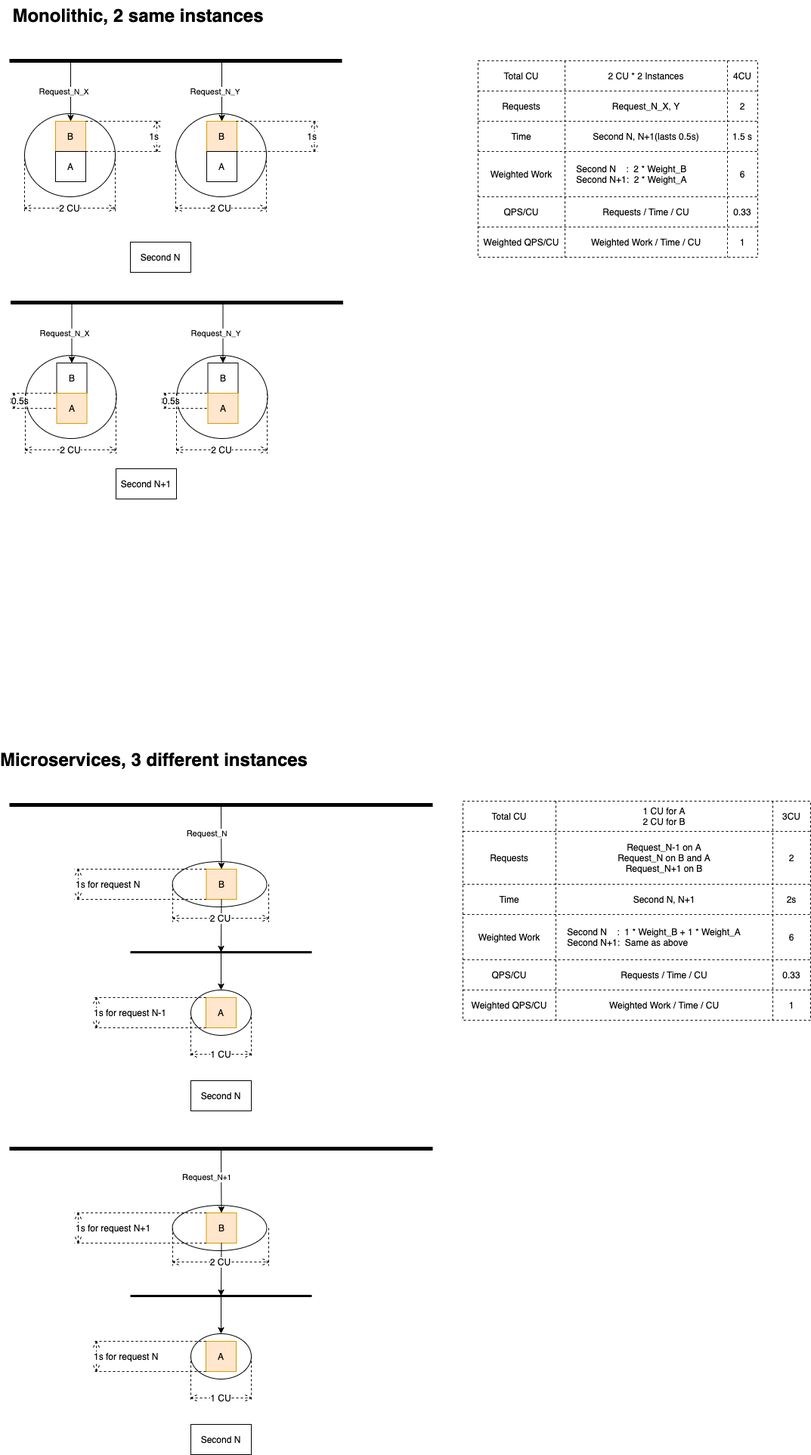
Before: 2021-11-how-independent-scaling-helps-with-performance/same-rt-different-min-cu/serial/b-calls-a.drawio.png, a diagram exported from draw.io (chenjianjx/cjx-diagrams). Source tidied: cells renumbered, new cells last; positions are measured from the earlier drawing's top-left corner, leaving out a move shared by most shapes.
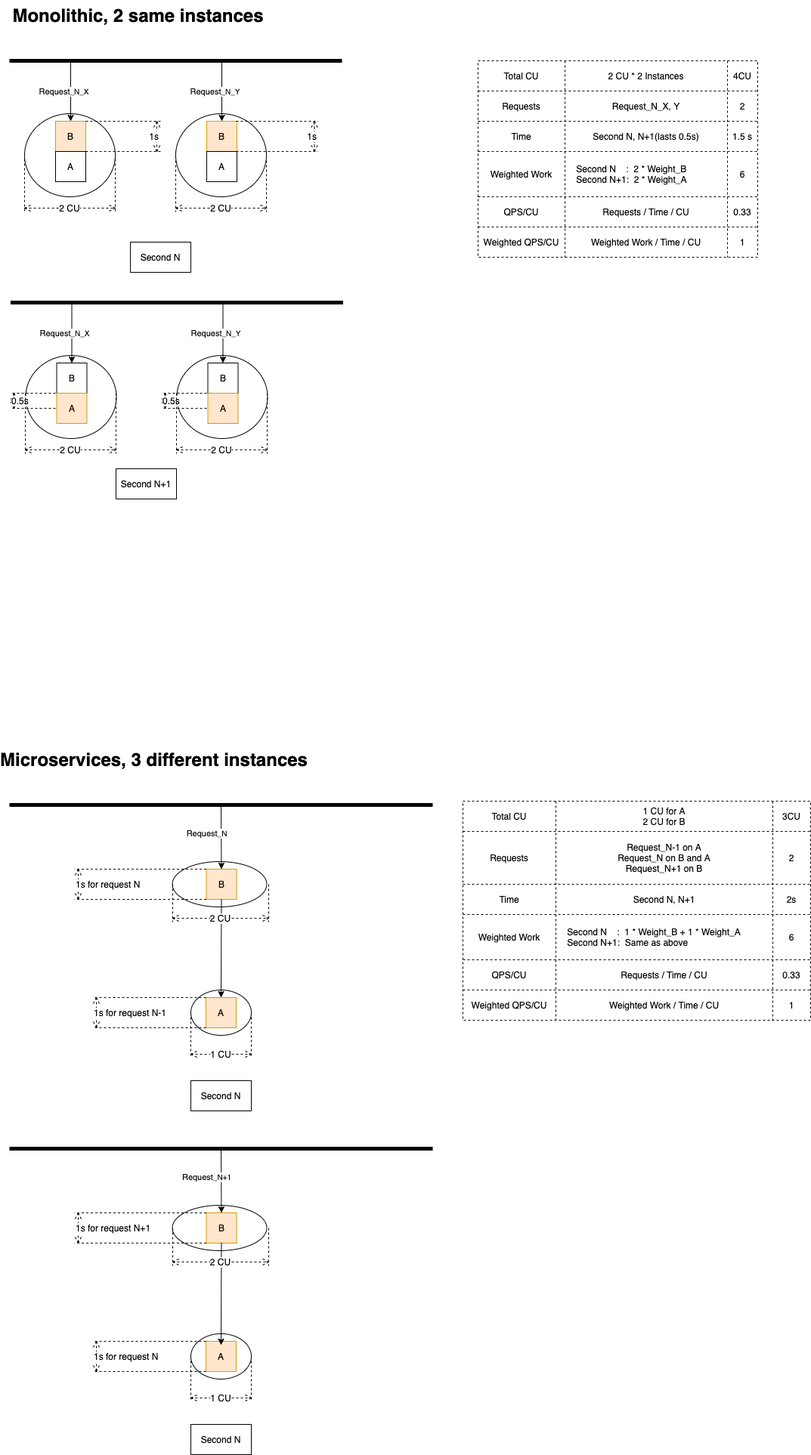
Later version of the same file.

What changed in the source:
```diff
@@ -331,21 +331,8 @@
         <mxPoint x="-21" as="offset" />
       </mxGeometry>
     </mxCell>
-    <mxCell id="97" style="endArrow=none;html=1;strokeWidth=3;" parent="1" edge="1">
-      <mxGeometry relative="1" as="geometry">
-        <mxPoint x="160" y="1260" as="sourcePoint" />
-        <mxPoint x="400" y="1260" as="targetPoint" />
-      </mxGeometry>
-    </mxCell>
-    <mxCell id="98" style="endArrow=classic;html=1;strokeWidth=1;entryX=0.5;entryY=0;entryDx=0;entryDy=0;" parent="1" edge="1" target="37">
-      <mxGeometry relative="1" as="geometry">
-        <mxPoint x="280" y="1260" as="sourcePoint" />
-      </mxGeometry>
-    </mxCell>
-    <mxCell id="99" style="endArrow=classic;html=1;strokeWidth=1;exitX=0.5;exitY=1;exitDx=0;exitDy=0;" parent="1" edge="1" source="48">
-      <mxGeometry relative="1" as="geometry">
-        <mxPoint x="280" y="1260" as="targetPoint" />
-      </mxGeometry>
+    <mxCell id="99" style="endArrow=classic;html=1;strokeWidth=1;exitX=0.5;exitY=1;exitDx=0;exitDy=0;entryX=0.5;entryY=0;entryDx=0;entryDy=0;" parent="1" edge="1" source="48" target="38">
+      <mxGeometry relative="1" as="geometry" />
     </mxCell>
     <mxCell id="100" value="2 CU" style="shape=dimension;whiteSpace=wrap;html=1;align=center;verticalAlign=bottom;spacingBottom=-5;labelBackgroundColor=#ffffff;dashed=1;" parent="1" vertex="1">
       <mxGeometry x="20" y="210" width="120" height="70" as="geometry" />
@@ -408,21 +395,8 @@
         <mxPoint x="-21" as="offset" />
       </mxGeometry>
     </mxCell>
-    <mxCell id="117" style="endArrow=none;html=1;strokeWidth=3;" parent="1" edge="1">
-      <mxGeometry relative="1" as="geometry">
-        <mxPoint x="160" y="1715" as="sourcePoint" />
-        <mxPoint x="400" y="1715" as="targetPoint" />
-      </mxGeometry>
-    </mxCell>
-    <mxCell id="118" style="endArrow=classic;html=1;strokeWidth=1;entryX=0.5;entryY=0;entryDx=0;entryDy=0;" parent="1" edge="1" target="107">
-      <mxGeometry relative="1" as="geometry">
-        <mxPoint x="280" y="1715" as="sourcePoint" />
-      </mxGeometry>
-    </mxCell>
-    <mxCell id="119" style="endArrow=classic;html=1;strokeWidth=1;exitX=0.5;exitY=1;exitDx=0;exitDy=0;" parent="1" edge="1" source="112">
-      <mxGeometry relative="1" as="geometry">
-        <mxPoint x="280" y="1715" as="targetPoint" />
-      </mxGeometry>
+    <mxCell id="119" style="endArrow=classic;html=1;strokeWidth=1;exitX=0.5;exitY=1;exitDx=0;exitDy=0;entryX=0.5;entryY=0.125;entryDx=0;entryDy=0;entryPerimeter=0;" parent="1" edge="1" source="112" target="108">
+      <mxGeometry relative="1" as="geometry" />
     </mxCell>
     <mxCell id="120" value="2 CU" style="shape=dimension;whiteSpace=wrap;html=1;align=center;verticalAlign=bottom;spacingBottom=-5;labelBackgroundColor=#ffffff;dashed=1;" parent="1" vertex="1">
       <mxGeometry x="216" y="1625" width="127" height="50" as="geometry" />
```
